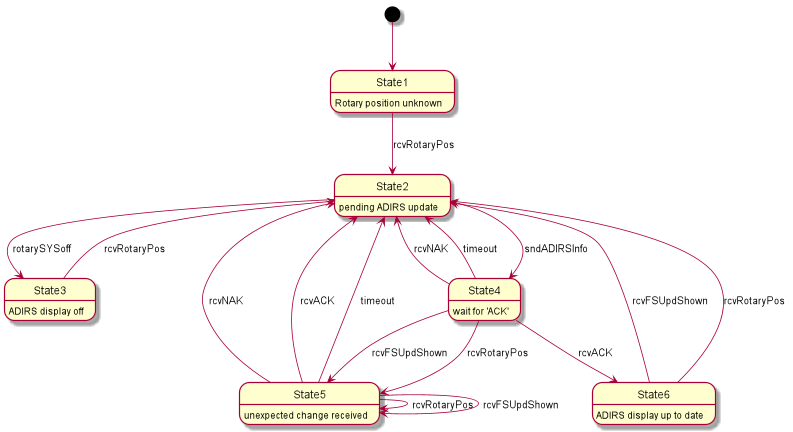
buentead/ADIRS keeps this PlantUML diagram as docu/images/stateAdir.png. Above is the earlier version.
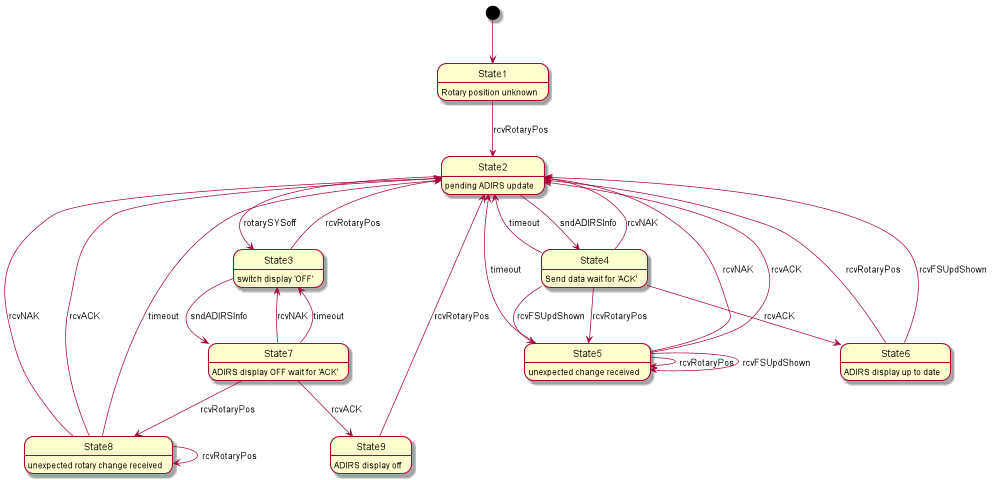
After the commit.

Change to the diagram source:
```diff
@@ -1,15 +1,28 @@
 @startuml
-scale 800*600
+scale 1000*600
 hide empty description
 [*] --> State1
 State1 : Rotary position unknown
 State1 --> State2 : rcvRotaryPos
 State2 : pending ADIRS update
 State2 --> State3 : rotarySYSoff
-State3 : ADIRS display off
+State3 : switch display 'OFF'
+State3 --> State7 : sndADIRSInfo
 State3 --> State2 : rcvRotaryPos
+State7 : ADIRS display OFF wait for 'ACK'
+State7 --> State3 : rcvNAK
+State7 --> State3 : timeout
+State7 --> State8 : rcvRotaryPos
+State8 : unexpected rotary change received
+State8 --> State2 : rcvNAK
+State8 --> State2 : rcvACK
+State8 --> State2 : timeout
+State8 --> State8 :rcvRotaryPos
+State7 --> State9 : rcvACK
+State9 : ADIRS display off
+State9 --> State2 : rcvRotaryPos
 State2 --> State4 : sndADIRSInfo
-State4 : wait for 'ACK'
+State4 : Send data wait for 'ACK'
 State4 --> State2 : rcvNAK
 State4 --> State2 : timeout
 State4 --> State5 : rcvRotaryPos
```
